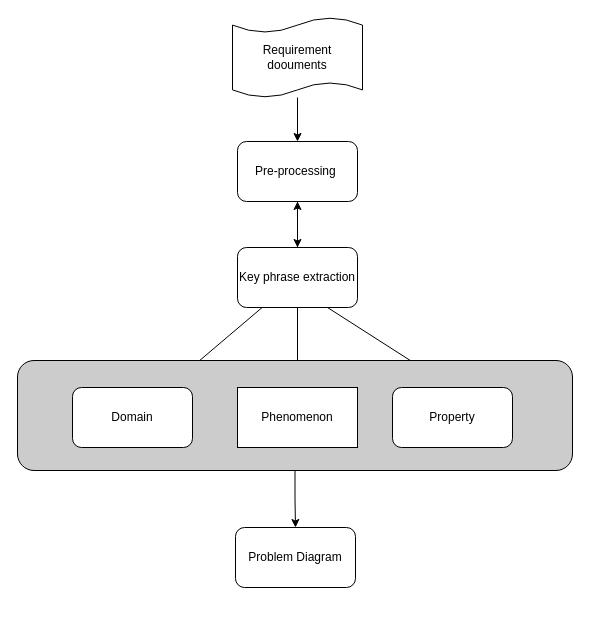
The draw.io diagram 技术路线.drawio in chenxuansoeasy/pfvue, before the edit. Source tidied: cells renumbered, new cells numbered last; positions are measured from the earlier drawing's top-left corner, leaving out a move shared by most shapes. Both pictures are drawn from the tidied source at 100%, with x=0, y=0 at pixel (17, 17).
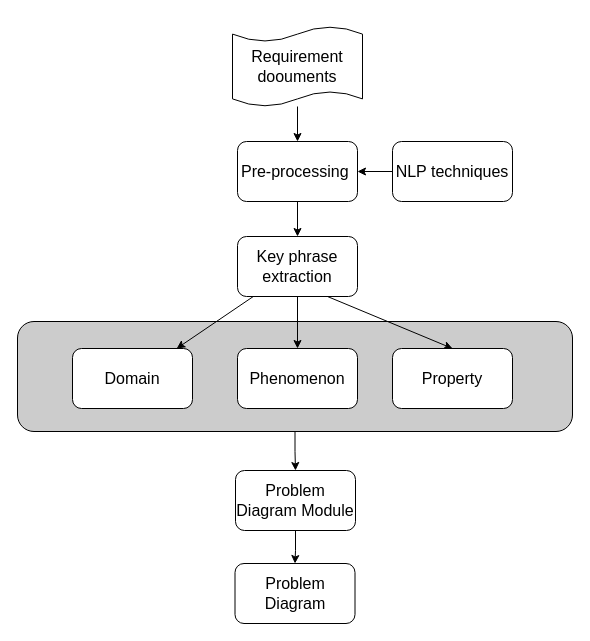
After the change.

Commit message (it also covers changes not shown here):
更新技术路线.drawio

What changed in the source:
```diff
@@
 <mxGraphModel>
   <root>
     <mxCell id="0" />
     <mxCell id="1" parent="0" />
+    <mxCell id="12" style="rounded=1;whiteSpace=wrap;html=1;strokeWidth=1;fillStyle=solid;gradientColor=none;fillColor=#CCCCCC;fontSize=16;" parent="1" vertex="1">
+      <mxGeometry y="304" width="555" height="110" as="geometry" />
+    </mxCell>
-    <mxCell id="2" style="edgeStyle=orthogonalEdgeStyle;rounded=0;jettySize=auto;html=1;" parent="1" edge="1" source="3" target="5">
+    <mxCell id="2" style="edgeStyle=orthogonalEdgeStyle;rounded=0;jettySize=auto;html=1;fontSize=16;" parent="1" edge="1" source="3" target="5">
       <mxGeometry relative="1" as="geometry" />
     </mxCell>
-    <mxCell id="3" value="Requirement doouments" style="shape=tape;whiteSpace=wrap;html=1;strokeWidth=1;size=0.19;" parent="1" vertex="1">
-      <mxGeometry x="215" width="130" height="80" as="geometry" />
+    <mxCell id="3" value="Requirement doouments" style="shape=tape;whiteSpace=wrap;html=1;strokeWidth=1;size=0.19;fontSize=16;" parent="1" vertex="1">
+      <mxGeometry x="215" y="9" width="130" height="80" as="geometry" />
     </mxCell>
-    <mxCell id="4" style="edgeStyle=orthogonalEdgeStyle;rounded=0;jettySize=auto;html=1;" parent="1" edge="1" source="5" target="10">
+    <mxCell id="4" style="edgeStyle=orthogonalEdgeStyle;rounded=0;jettySize=auto;html=1;fontSize=16;" parent="1" edge="1" source="5" target="10">
       <mxGeometry relative="1" as="geometry" />
     </mxCell>
-    <mxCell id="5" value="Pre-processing&amp;nbsp;" style="rounded=1;whiteSpace=wrap;html=1;" parent="1" vertex="1">
+    <mxCell id="5" value="Pre-processing&amp;nbsp;" style="rounded=1;whiteSpace=wrap;html=1;fontSize=16;" parent="1" vertex="1">
       <mxGeometry x="220" y="124" width="120" height="60" as="geometry" />
     </mxCell>
-    <mxCell id="6" style="rounded=0;jettySize=auto;html=1;" parent="1" edge="1" source="10" target="13">
+    <mxCell id="6" style="rounded=0;jettySize=auto;html=1;fontSize=16;" parent="1" edge="1" source="10" target="13">
       <mxGeometry relative="1" as="geometry" />
     </mxCell>
-    <mxCell id="7" style="rounded=0;jettySize=auto;html=1;exitX=0.75;exitY=1;exitDx=0;exitDy=0;entryX=0.5;entryY=0;entryDx=0;entryDy=0;" parent="1" edge="1" source="10" target="14">
+    <mxCell id="7" style="rounded=0;jettySize=auto;html=1;exitX=0.75;exitY=1;exitDx=0;exitDy=0;entryX=0.5;entryY=0;entryDx=0;entryDy=0;fontSize=16;" parent="1" edge="1" source="10" target="14">
       <mxGeometry relative="1" as="geometry" />
     </mxCell>
-    <mxCell id="8" style="edgeStyle=orthogonalEdgeStyle;rounded=0;jettySize=auto;html=1;" parent="1" edge="1" source="10" target="15">
+    <mxCell id="8" style="edgeStyle=orthogonalEdgeStyle;rounded=0;jettySize=auto;html=1;entryX=0.5;entryY=0;entryDx=0;entryDy=0;fontSize=16;" parent="1" edge="1" source="10" target="15">
       <mxGeometry relative="1" as="geometry" />
     </mxCell>
-    <mxCell id="9" style="edgeStyle=orthogonalEdgeStyle;rounded=0;jettySize=auto;html=1;" parent="1" edge="1" source="10" target="5">
-      <mxGeometry relative="1" as="geometry" />
-    </mxCell>
-    <mxCell id="10" value="Key phrase extraction" style="rounded=1;whiteSpace=wrap;html=1;" parent="1" vertex="1">
-      <mxGeometry x="220" y="230" width="120" height="60" as="geometry" />
+    <mxCell id="10" value="Key phrase extraction" style="rounded=1;whiteSpace=wrap;html=1;fontSize=16;" parent="1" vertex="1">
+      <mxGeometry x="220" y="219" width="120" height="60" as="geometry" />
     </mxCell>
-    <mxCell id="11" style="edgeStyle=orthogonalEdgeStyle;rounded=0;jettySize=auto;html=1;" parent="1" edge="1" source="12" target="16">
+    <mxCell id="11" style="edgeStyle=orthogonalEdgeStyle;rounded=0;jettySize=auto;html=1;fontSize=16;" parent="1" edge="1" source="12" target="16">
       <mxGeometry relative="1" as="geometry" />
     </mxCell>
-    <mxCell id="12" style="rounded=1;whiteSpace=wrap;html=1;strokeWidth=1;fillStyle=solid;gradientColor=none;fillColor=#CCCCCC;" parent="1" vertex="1">
-      <mxGeometry y="343" width="555" height="110" as="geometry" />
-    </mxCell>
-    <mxCell id="13" value="Domain" style="whiteSpace=wrap;html=1;rounded=1;" parent="1" vertex="1">
-      <mxGeometry x="55" y="370" width="120" height="60" as="geometry" />
+    <mxCell id="13" value="Domain" style="whiteSpace=wrap;html=1;rounded=1;fontSize=16;" parent="1" vertex="1">
+      <mxGeometry x="55" y="331" width="120" height="60" as="geometry" />
     </mxCell>
-    <mxCell id="14" value="Property" style="whiteSpace=wrap;html=1;rounded=1;" parent="1" vertex="1">
-      <mxGeometry x="375" y="370" width="120" height="60" as="geometry" />
+    <mxCell id="14" value="Property" style="whiteSpace=wrap;html=1;rounded=1;fontSize=16;" parent="1" vertex="1">
+      <mxGeometry x="375" y="331" width="120" height="60" as="geometry" />
     </mxCell>
+    <mxCell id="17" style="edgeStyle=orthogonalEdgeStyle;rounded=0;jettySize=auto;html=1;fontSize=16;" parent="1" edge="1" source="16" target="20">
+      <mxGeometry relative="1" as="geometry" />
+    </mxCell>
+    <mxCell id="16" value="Problem Diagram Module" style="whiteSpace=wrap;html=1;rounded=1;strokeWidth=1;fillStyle=solid;gradientColor=none;fontSize=16;" parent="1" vertex="1">
+      <mxGeometry x="218" y="453" width="120" height="60" as="geometry" />
+    </mxCell>
+    <mxCell id="18" style="edgeStyle=orthogonalEdgeStyle;rounded=0;jettySize=auto;html=1;fontSize=16;" parent="1" edge="1" source="19" target="5">
+      <mxGeometry relative="1" as="geometry" />
+    </mxCell>
+    <mxCell id="19" value="NLP techniques" style="rounded=1;whiteSpace=wrap;html=1;fontSize=16;" parent="1" vertex="1">
+      <mxGeometry x="375" y="124" width="120" height="60" as="geometry" />
+    </mxCell>
-    <mxCell id="15" value="Phenomenon" style="whiteSpace=wrap;html=1;rounded=1;arcSize=0;" parent="1" vertex="1">
-      <mxGeometry x="220" y="370" width="120" height="60" as="geometry" />
+    <mxCell id="15" value="Phenomenon" style="rounded=1;whiteSpace=wrap;html=1;fontSize=16;" parent="1" vertex="1">
+      <mxGeometry x="220" y="331" width="120" height="60" as="geometry" />
     </mxCell>
-    <mxCell id="16" value="Problem Diagram" style="whiteSpace=wrap;html=1;rounded=1;strokeWidth=1;fillStyle=solid;gradientColor=none;" parent="1" vertex="1">
-      <mxGeometry x="218" y="510" width="120" height="60" as="geometry" />
-    </mxCell>
+    <mxCell id="20" value="Problem Diagram" style="whiteSpace=wrap;html=1;rounded=1;strokeWidth=1;fillStyle=solid;gradientColor=none;fontSize=16;" parent="1" vertex="1">
+      <mxGeometry x="217.5" y="546" width="120" height="60" as="geometry" />
+    </mxCell>
   </root>
 </mxGraphModel>
```
